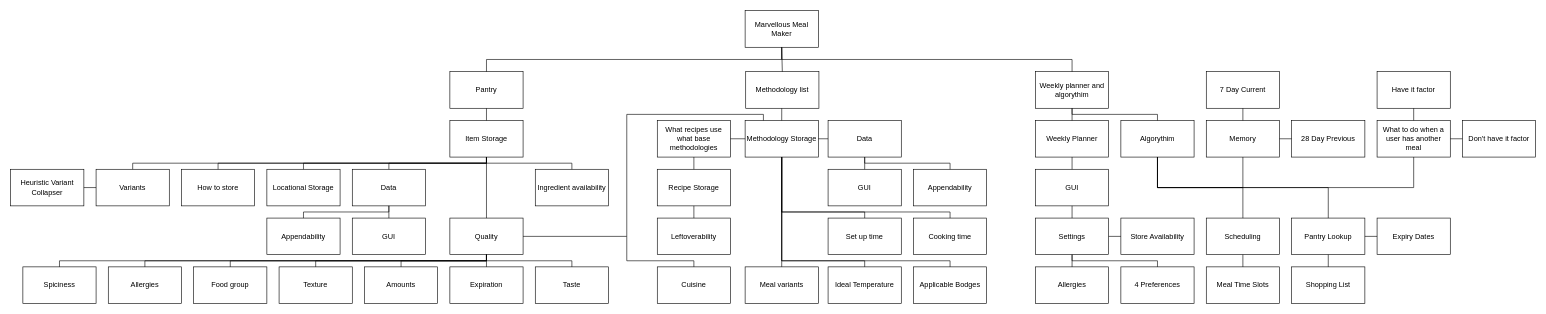
This is Marvellous Meal Maker.drawio from JessHorserage/Marvellous-Meal-Maker, a draw.io file, before an edit. Source tidied: cells renumbered, new cells numbered last; positions are measured from the earlier drawing's top-left corner, leaving out a move shared by most shapes. Both pictures are drawn from the tidied source at 61%, with x=0, y=0 at pixel (10, 10).
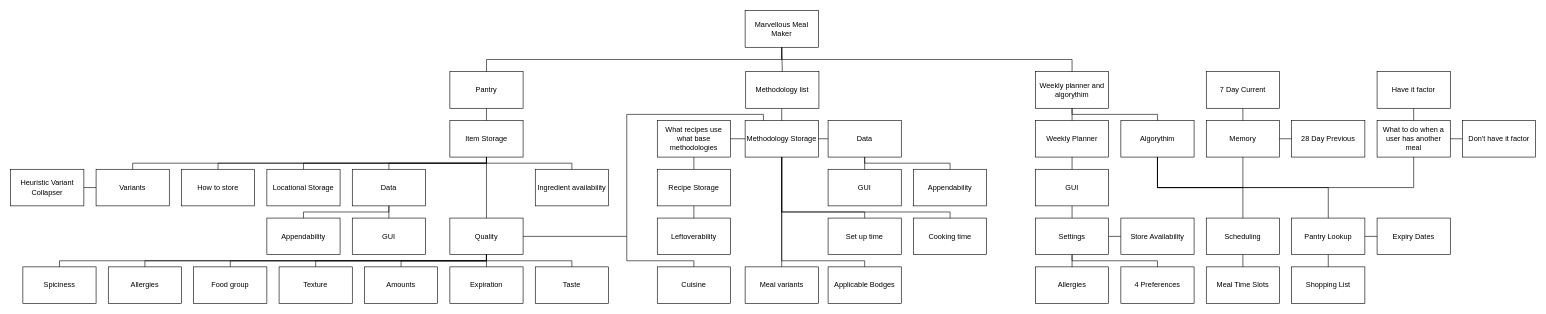
After the change.

Unchanged cells that the change refers to:
```xml
<mxCell id="48" value="Methodology Storage" style="rounded=0;whiteSpace=wrap;html=1;" parent="1" vertex="1">
  <mxGeometry x="1204" y="180" width="120" height="60" as="geometry" />
</mxCell>
```

Diff of the diagram source:
```diff
@@
-    <mxCell id="43" value="Ideal Temperature" style="rounded=0;whiteSpace=wrap;html=1;" parent="1" vertex="1">
-      <mxGeometry x="1340" y="420" width="120" height="60" as="geometry" />
-    </mxCell>
@@
     <mxCell id="47" value="Applicable Bodges" style="rounded=0;whiteSpace=wrap;html=1;" parent="1" vertex="1">
-      <mxGeometry x="1480" y="420" width="120" height="60" as="geometry" />
+      <mxGeometry x="1340" y="420" width="120" height="60" as="geometry" />
     </mxCell>
@@
-    <mxCell id="66" style="endArrow=none;html=1;rounded=0;entryX=0.5;entryY=1;entryDx=0;entryDy=0;" parent="1" edge="1" target="48">
-      <mxGeometry relative="1" as="geometry">
-        <mxPoint x="1540" y="420" as="sourcePoint" />
-        <Array as="points">
-          <mxPoint x="1540" y="410" />
-          <mxPoint x="1264" y="410" />
-        </Array>
-      </mxGeometry>
-    </mxCell>
-    <mxCell id="67" style="endArrow=none;html=1;rounded=0;entryX=0.5;entryY=0;entryDx=0;entryDy=0;exitX=0.5;exitY=1;exitDx=0;exitDy=0;" parent="1" edge="1" source="48" target="43">
+    <mxCell id="67" style="endArrow=none;html=1;rounded=0;entryX=0.5;entryY=0;entryDx=0;entryDy=0;exitX=0.5;exitY=1;exitDx=0;exitDy=0;" parent="1" edge="1" source="48">
       <mxGeometry relative="1" as="geometry">
+        <mxPoint x="1400" y="420" as="targetPoint" />
         <Array as="points">
           <mxPoint x="1264" y="410" />
           <mxPoint x="1400" y="410" />
         </Array>
       </mxGeometry>
     </mxCell>
```
